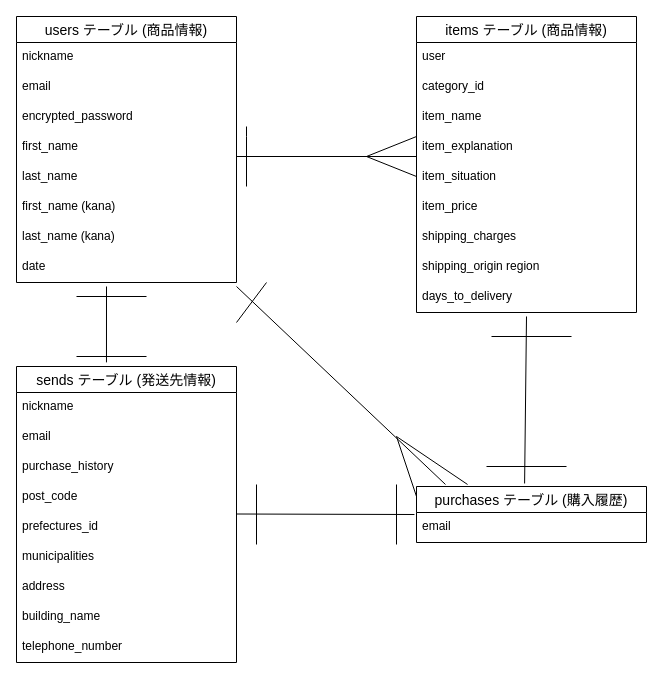
Earlier version of the draw.io diagram page "ページ2" (2 of 2) of furima-.dio (kzm0620/furima_39225). Source tidied: cells renumbered, new cells numbered last; positions are measured from the earlier drawing's top-left corner, leaving out a move shared by most shapes. Both pictures are drawn from the tidied source at 100%, with x=0, y=0 at pixel (16, 16).
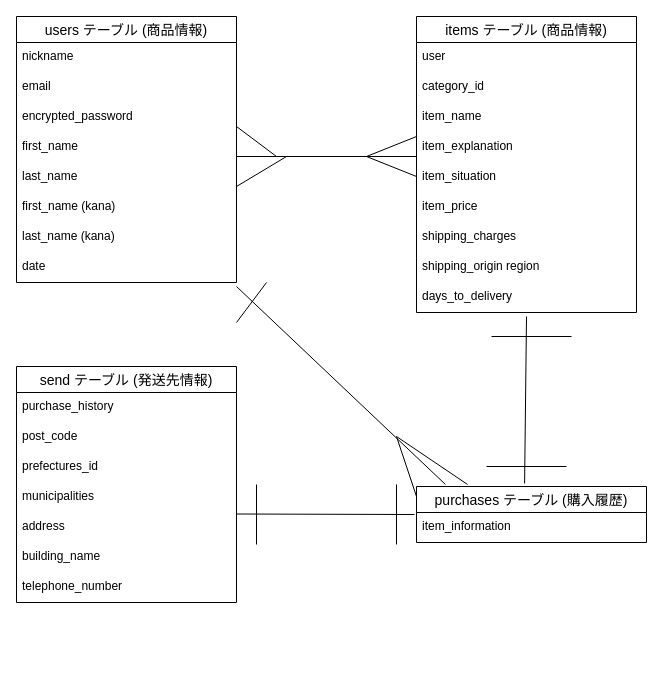
The same page after the edit.

The change refers to these unchanged cells:
```xml
<mxCell id="21" value="purchases テーブル (購入履歴)" style="swimlane;fontStyle=0;horizontal=1;startSize=26;align=center;fontSize=14;" parent="1" vertex="1">
  <mxGeometry x="400" y="470" width="230" height="56" as="geometry" />
</mxCell>
```

What changed in the source:
```diff
@@
-    <mxCell id="22" value="email" style="text;strokeColor=none;fillColor=none;spacingLeft=4;spacingRight=4;overflow=hidden;points=[[0,0.5],[1,0.5]];portConstraint=eastwest;fontSize=12;" parent="21" vertex="1">
+    <mxCell id="22" value="item_information" style="text;strokeColor=none;fillColor=none;spacingLeft=4;spacingRight=4;overflow=hidden;points=[[0,0.5],[1,0.5]];portConstraint=eastwest;fontSize=12;" parent="21" vertex="1">
       <mxGeometry y="26" width="230" height="30" as="geometry" />
     </mxCell>
-    <mxCell id="23" value="sends テーブル (発送先情報)" style="swimlane;fontStyle=0;horizontal=1;startSize=26;align=center;fontSize=14;" parent="1" vertex="1">
-      <mxGeometry y="350" width="220" height="296" as="geometry" />
+    <mxCell id="23" value="send テーブル (発送先情報)" style="swimlane;fontStyle=0;horizontal=1;startSize=26;align=center;fontSize=14;" parent="1" vertex="1">
+      <mxGeometry y="350" width="220" height="236" as="geometry" />
     </mxCell>
-    <mxCell id="24" value="nickname" style="text;strokeColor=none;fillColor=none;spacingLeft=4;spacingRight=4;overflow=hidden;fontSize=12;" parent="23" vertex="1">
-      <mxGeometry y="26" width="220" height="30" as="geometry" />
-    </mxCell>
-    <mxCell id="25" value="email" style="text;strokeColor=none;fillColor=none;spacingLeft=4;spacingRight=4;overflow=hidden;fontSize=12;" parent="23" vertex="1">
-      <mxGeometry y="56" width="220" height="30" as="geometry" />
-    </mxCell>
     <mxCell id="26" value="purchase_history" style="text;strokeColor=none;fillColor=none;spacingLeft=4;spacingRight=4;overflow=hidden;fontSize=12;" parent="23" vertex="1">
-      <mxGeometry y="86" width="220" height="30" as="geometry" />
+      <mxGeometry y="26" width="220" height="30" as="geometry" />
     </mxCell>
     <mxCell id="27" value="post_code" style="text;strokeColor=none;fillColor=none;spacingLeft=4;spacingRight=4;overflow=hidden;fontSize=12;" parent="23" vertex="1">
-      <mxGeometry y="116" width="220" height="30" as="geometry" />
+      <mxGeometry y="56" width="220" height="30" as="geometry" />
     </mxCell>
     <mxCell id="28" value="prefectures_id" style="text;strokeColor=none;fillColor=none;spacingLeft=4;spacingRight=4;overflow=hidden;fontSize=12;" parent="23" vertex="1">
-      <mxGeometry y="146" width="220" height="30" as="geometry" />
+      <mxGeometry y="86" width="220" height="30" as="geometry" />
     </mxCell>
     <mxCell id="29" value="municipalities" style="text;strokeColor=none;fillColor=none;spacingLeft=4;spacingRight=4;overflow=hidden;fontSize=12;" parent="23" vertex="1">
-      <mxGeometry y="176" width="220" height="30" as="geometry" />
+      <mxGeometry y="116" width="220" height="30" as="geometry" />
     </mxCell>
     <mxCell id="30" value="address" style="text;strokeColor=none;fillColor=none;spacingLeft=4;spacingRight=4;overflow=hidden;fontSize=12;" parent="23" vertex="1">
-      <mxGeometry y="206" width="220" height="30" as="geometry" />
+      <mxGeometry y="146" width="220" height="30" as="geometry" />
     </mxCell>
     <mxCell id="31" value="building_name" style="text;strokeColor=none;fillColor=none;spacingLeft=4;spacingRight=4;overflow=hidden;fontSize=12;" parent="23" vertex="1">
-      <mxGeometry y="236" width="220" height="30" as="geometry" />
+      <mxGeometry y="176" width="220" height="30" as="geometry" />
     </mxCell>
     <mxCell id="32" value="telephone_number" style="text;strokeColor=none;fillColor=none;spacingLeft=4;spacingRight=4;overflow=hidden;fontSize=12;" parent="23" vertex="1">
-      <mxGeometry y="266" width="220" height="30" as="geometry" />
+      <mxGeometry y="206" width="220" height="30" as="geometry" />
     </mxCell>
@@
-    <mxCell id="36" style="endArrow=none;html=1;rounded=0;" parent="1" edge="1">
-      <mxGeometry relative="1" as="geometry">
-        <mxPoint x="230" y="110" as="sourcePoint" />
-        <mxPoint x="230" y="170" as="targetPoint" />
-        <Array as="points">
-          <mxPoint x="230" y="120" />
-        </Array>
-      </mxGeometry>
-    </mxCell>
@@
-    <mxCell id="43" style="endArrow=none;html=1;rounded=0;entryX=0.409;entryY=-0.014;entryDx=0;entryDy=0;entryPerimeter=0;" parent="1" edge="1" target="23">
-      <mxGeometry relative="1" as="geometry">
-        <mxPoint x="90" y="270" as="sourcePoint" />
-      </mxGeometry>
-    </mxCell>
-    <mxCell id="44" style="endArrow=none;html=1;rounded=0;" parent="1" edge="1">
-      <mxGeometry relative="1" as="geometry">
-        <mxPoint x="60" y="280" as="sourcePoint" />
-        <mxPoint x="130" y="280" as="targetPoint" />
-      </mxGeometry>
-    </mxCell>
-    <mxCell id="45" style="endArrow=none;html=1;rounded=0;" parent="1" edge="1">
-      <mxGeometry relative="1" as="geometry">
-        <mxPoint x="60" y="340" as="sourcePoint" />
-        <mxPoint x="130" y="340" as="targetPoint" />
-      </mxGeometry>
-    </mxCell>
@@
+    <mxCell id="50" style="endArrow=none;html=1;rounded=0;" parent="1" edge="1">
+      <mxGeometry relative="1" as="geometry">
+        <mxPoint x="220" y="170" as="sourcePoint" />
+        <mxPoint x="270" y="140" as="targetPoint" />
+      </mxGeometry>
+    </mxCell>
+    <mxCell id="51" style="endArrow=none;html=1;rounded=0;" parent="1" edge="1">
+      <mxGeometry relative="1" as="geometry">
+        <mxPoint x="220" y="110" as="sourcePoint" />
+        <mxPoint x="260" y="140" as="targetPoint" />
+      </mxGeometry>
+    </mxCell>
```
